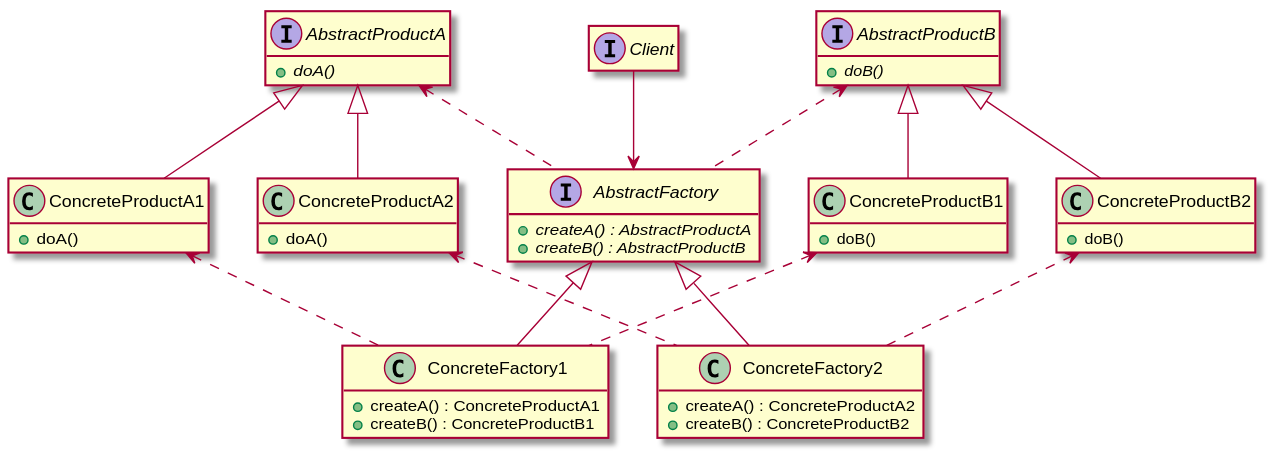
Before: programming/patterns/AbstractFactory/Class.svg, a diagram exported from PlantUML (pvc1989/miniWiki).
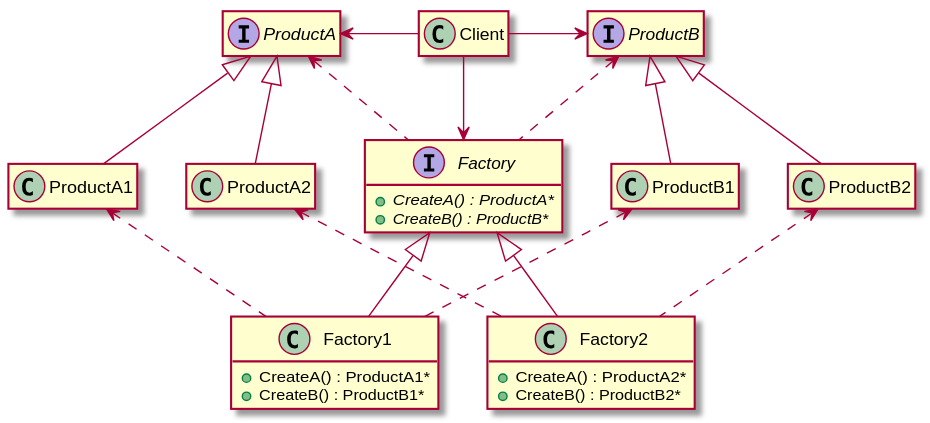
After the commit.

Commit message:
Shorten class names.

What changed in the source:
```diff
@@ -1,55 +1,39 @@
 @startuml
-interface AbstractProductA {
-  {abstract} +doA()
+Client --> Factory
+Client -left-> ProductA
+Client -right-> ProductB
+
+ProductA <.. Factory
+ProductB <.. Factory
+ProductA <|-- ProductA1
+ProductA <|-- ProductA2
+ProductB <|-- ProductB1
+ProductB <|-- ProductB2
+
+ProductA1 <.. Factory1
+ProductB1 <.. Factory1
+Factory <|-- Factory1
+
+ProductA2 <.. Factory2
+ProductB2 <.. Factory2
+Factory <|-- Factory2
+
+interface ProductA
+interface ProductB
+
+interface Factory {
+  {abstract} +CreateA() : ProductA*
+  {abstract} +CreateB() : ProductB*
 }
-interface AbstractProductB {
-  {abstract} +doB()
+class Factory1 {
+  +CreateA() : ProductA1*
+  +CreateB() : ProductB1*
 }
-interface AbstractFactory {
-  {abstract} +createA() : AbstractProductA
-  {abstract} +createB() : AbstractProductB
-}
-interface Client
-Client -down-> AbstractFactory
-
-AbstractFactory .up.> AbstractProductA
-AbstractFactory .up.> AbstractProductB
-
-AbstractProductA <|-- ConcreteProductA1
-AbstractProductA <|-- ConcreteProductA2
-AbstractProductB <|-- ConcreteProductB1
-AbstractProductB <|-- ConcreteProductB2
-
-class ConcreteProductA1 {
-  +doA()
-}
-class ConcreteProductA2 {
-  +doA()
-}
-class ConcreteProductB1 {
-  +doB()
-}
-class ConcreteProductB2 {
-  +doB()
+class Factory2 {
+  +CreateA() : ProductA2*
+  +CreateB() : ProductB2*
 }
 
-ConcreteProductA1 <.. ConcreteFactory1
-ConcreteProductB1 <.. ConcreteFactory1
-AbstractFactory <|-- ConcreteFactory1
-
-ConcreteProductA2 <.. ConcreteFactory2
-ConcreteProductB2 <.. ConcreteFactory2
-AbstractFactory <|-- ConcreteFactory2
-
-class ConcreteFactory1 {
-  +createA() : ConcreteProductA1
-  +createB() : ConcreteProductB1
-}
-class ConcreteFactory2 {
-  +createA() : ConcreteProductA2
-  +createB() : ConcreteProductB2
-}
-
-hide empty attributes
+hide empty fields
 hide empty methods
 @enduml
```
